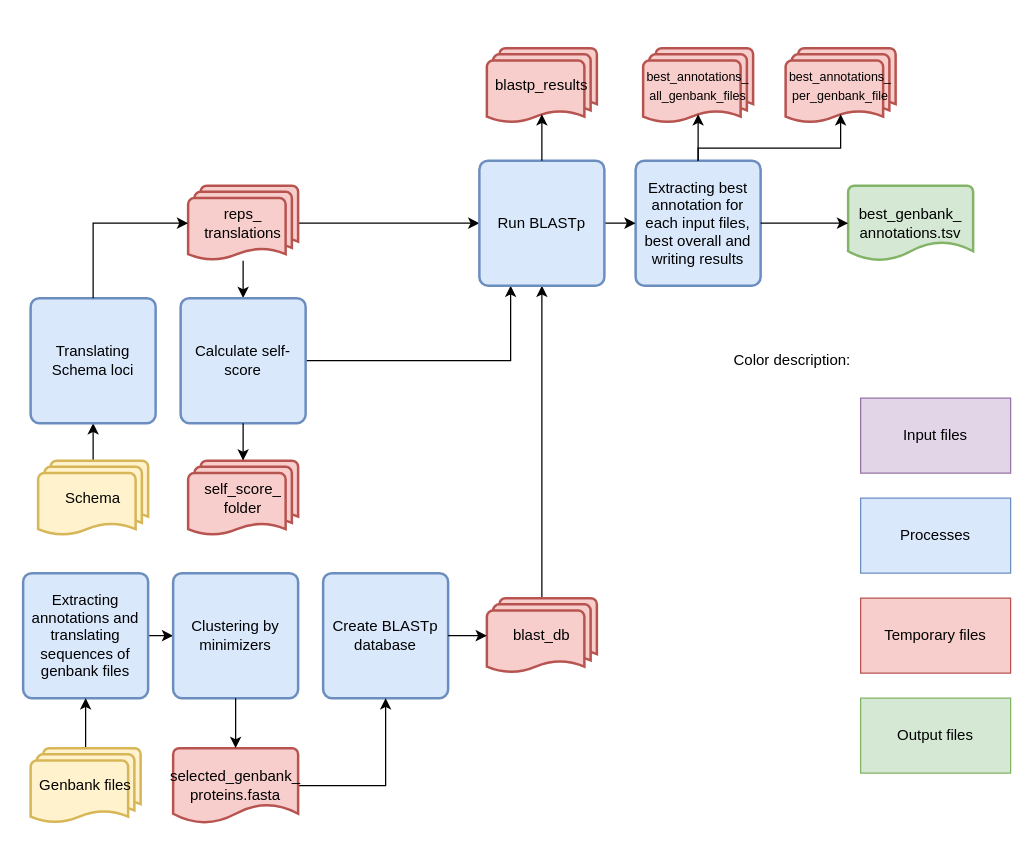
Before: SchemaRefinery/docs/SchemaRefinery/Modules/source/genbank_annotation.drawio in B-UMMI/Schema_Refinery, a draw.io diagram. Source tidied: cells renumbered, new cells numbered last; positions are measured from the earlier drawing's top-left corner, leaving out a move shared by most shapes. Both pictures are drawn from the tidied source at 125%, with x=0, y=0 at pixel (22, 48).
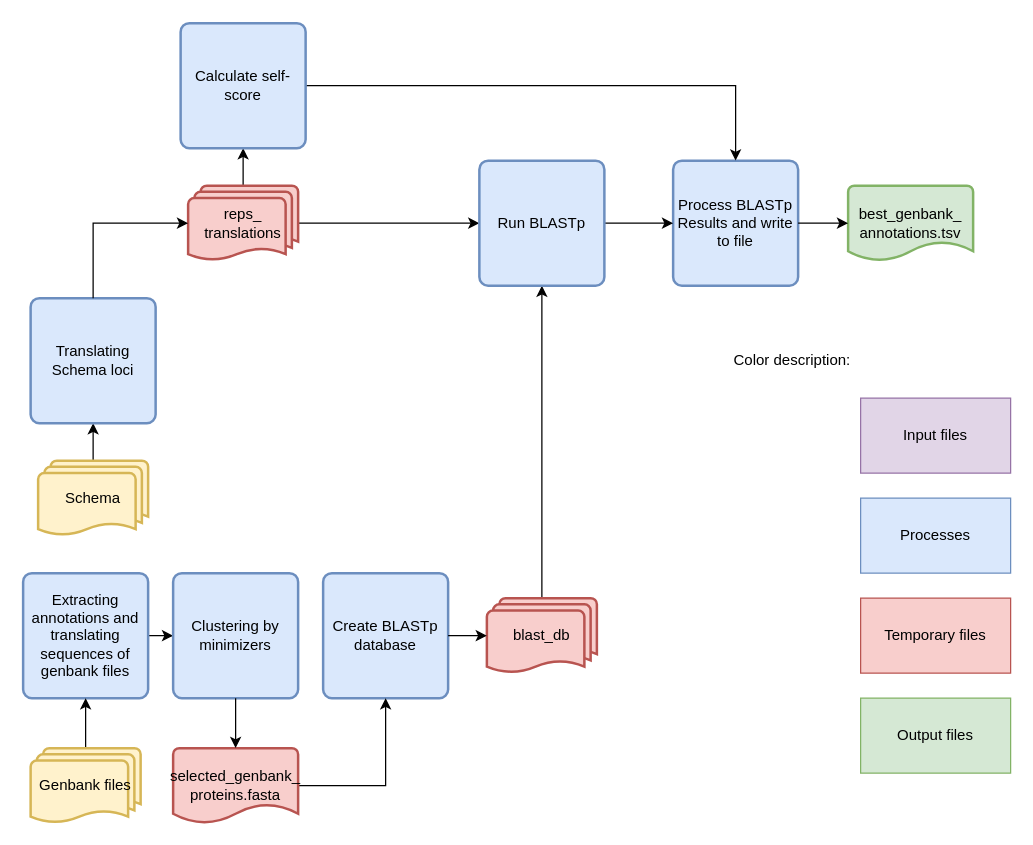
The same page after the edit.

The change refers to these unchanged cells:
```xml
<mxCell id="13" value="reps_&lt;div&gt;translations&lt;/div&gt;" style="strokeWidth=2;html=1;shape=mxgraph.flowchart.multi-document;whiteSpace=wrap;fillColor=#f8cecc;strokeColor=#b85450;" parent="1" vertex="1">
  <mxGeometry x="132" y="110" width="88" height="60" as="geometry" />
</mxCell>
<mxCell id="27" value="Run BLASTp" style="rounded=1;whiteSpace=wrap;html=1;absoluteArcSize=1;arcSize=14;strokeWidth=2;fillColor=#dae8fc;strokeColor=#6c8ebf;" parent="1" vertex="1">
  <mxGeometry x="365" y="90" width="100" height="100" as="geometry" />
</mxCell>
```

Change to the diagram source:
```diff
@@
+    <mxCell id="12" style="edgeStyle=orthogonalEdgeStyle;rounded=0;jettySize=auto;html=1;entryX=0;entryY=0.5;entryDx=0;entryDy=0;" parent="1" edge="1" source="13" target="27">
+      <mxGeometry relative="1" as="geometry" />
+    </mxCell>
-    <mxCell id="11" style="edgeStyle=orthogonalEdgeStyle;rounded=0;jettySize=auto;html=1;entryX=0.5;entryY=0;entryDx=0;entryDy=0;" parent="1" edge="1" source="13" target="24">
+    <mxCell id="11" style="edgeStyle=orthogonalEdgeStyle;rounded=0;jettySize=auto;html=1;" parent="1" edge="1" source="13" target="24">
       <mxGeometry relative="1" as="geometry" />
     </mxCell>
-    <mxCell id="12" style="edgeStyle=orthogonalEdgeStyle;rounded=0;jettySize=auto;html=1;entryX=0;entryY=0.5;entryDx=0;entryDy=0;" parent="1" edge="1" source="13" target="27">
-      <mxGeometry relative="1" as="geometry" />
-    </mxCell>
@@
-    <mxCell id="19" value="Extracting best annotation for each input files, best overall and writing results" style="rounded=1;whiteSpace=wrap;html=1;absoluteArcSize=1;arcSize=14;strokeWidth=2;fillColor=#dae8fc;strokeColor=#6c8ebf;" parent="1" vertex="1">
-      <mxGeometry x="490" y="90" width="100" height="100" as="geometry" />
+    <mxCell id="19" value="Process BLASTp Results and write to file" style="rounded=1;whiteSpace=wrap;html=1;absoluteArcSize=1;arcSize=14;strokeWidth=2;fillColor=#dae8fc;strokeColor=#6c8ebf;" parent="1" vertex="1">
+      <mxGeometry x="520" y="90" width="100" height="100" as="geometry" />
     </mxCell>
-    <mxCell id="20" value="&lt;font style=&quot;font-size: 10px;&quot;&gt;best_annotations_&lt;/font&gt;&lt;div&gt;&lt;font style=&quot;font-size: 10px;&quot;&gt;all_genbank_files&lt;/font&gt;&lt;/div&gt;" style="strokeWidth=2;html=1;shape=mxgraph.flowchart.multi-document;whiteSpace=wrap;fillColor=#f8cecc;strokeColor=#b85450;" parent="1" vertex="1">
-      <mxGeometry x="496" width="88" height="60" as="geometry" />
-    </mxCell>
-    <mxCell id="21" value="&lt;font style=&quot;font-size: 10px;&quot;&gt;best_annotations_&lt;/font&gt;&lt;div&gt;&lt;font style=&quot;font-size: 10px;&quot;&gt;per_genbank_file&lt;/font&gt;&lt;/div&gt;" style="strokeWidth=2;html=1;shape=mxgraph.flowchart.multi-document;whiteSpace=wrap;fillColor=#f8cecc;strokeColor=#b85450;" parent="1" vertex="1">
-      <mxGeometry x="610" width="88" height="60" as="geometry" />
-    </mxCell>
@@
-    <mxCell id="23" style="edgeStyle=orthogonalEdgeStyle;rounded=0;jettySize=auto;html=1;entryX=0.25;entryY=1;entryDx=0;entryDy=0;" parent="1" edge="1" source="24" target="27">
-      <mxGeometry relative="1" as="geometry" />
-    </mxCell>
+    <mxCell id="41" style="edgeStyle=orthogonalEdgeStyle;rounded=0;jettySize=auto;html=1;" parent="1" edge="1" source="24" target="19">
+      <mxGeometry relative="1" as="geometry" />
+    </mxCell>
     <mxCell id="24" value="Calculate self-score" style="rounded=1;whiteSpace=wrap;html=1;absoluteArcSize=1;arcSize=14;strokeWidth=2;fillColor=#dae8fc;strokeColor=#6c8ebf;" parent="1" vertex="1">
-      <mxGeometry x="126" y="200" width="100" height="100" as="geometry" />
+      <mxGeometry x="126" y="-20" width="100" height="100" as="geometry" />
     </mxCell>
-    <mxCell id="25" value="self_score_&lt;div&gt;folder&lt;/div&gt;" style="strokeWidth=2;html=1;shape=mxgraph.flowchart.multi-document;whiteSpace=wrap;fillColor=#f8cecc;strokeColor=#b85450;" parent="1" vertex="1">
-      <mxGeometry x="132" y="330" width="88" height="60" as="geometry" />
-    </mxCell>
@@
-    <mxCell id="28" value="blastp_results" style="strokeWidth=2;html=1;shape=mxgraph.flowchart.multi-document;whiteSpace=wrap;fillColor=#f8cecc;strokeColor=#b85450;" parent="1" vertex="1">
-      <mxGeometry x="371" width="88" height="60" as="geometry" />
-    </mxCell>
@@
-    <mxCell id="30" style="edgeStyle=orthogonalEdgeStyle;rounded=0;jettySize=auto;html=1;entryX=0.5;entryY=0;entryDx=0;entryDy=0;entryPerimeter=0;" parent="1" edge="1" source="24" target="25">
-      <mxGeometry relative="1" as="geometry" />
-    </mxCell>
-    <mxCell id="31" style="edgeStyle=orthogonalEdgeStyle;rounded=0;jettySize=auto;html=1;entryX=0.5;entryY=0.88;entryDx=0;entryDy=0;entryPerimeter=0;" parent="1" edge="1" source="27" target="28">
-      <mxGeometry relative="1" as="geometry" />
-    </mxCell>
@@
-    <mxCell id="33" style="edgeStyle=orthogonalEdgeStyle;rounded=0;jettySize=auto;html=1;entryX=0.5;entryY=0.88;entryDx=0;entryDy=0;entryPerimeter=0;" parent="1" edge="1" source="19" target="20">
-      <mxGeometry relative="1" as="geometry" />
-    </mxCell>
-    <mxCell id="34" style="edgeStyle=orthogonalEdgeStyle;rounded=0;jettySize=auto;html=1;entryX=0.5;entryY=0.88;entryDx=0;entryDy=0;entryPerimeter=0;" parent="1" edge="1" source="19" target="21">
-      <mxGeometry relative="1" as="geometry">
-        <Array as="points">
-          <mxPoint x="540" y="80" />
-          <mxPoint x="654" y="80" />
-        </Array>
-      </mxGeometry>
-    </mxCell>
```
